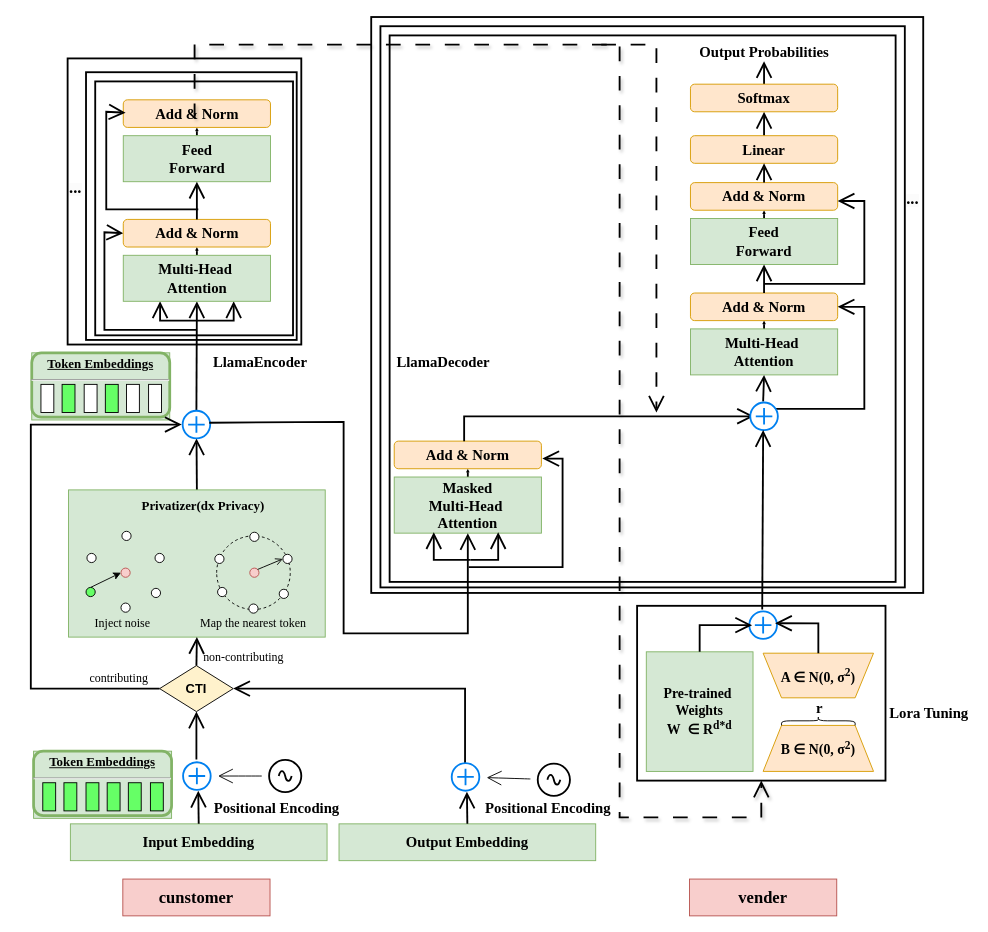
Above: page "CasualLM" (1 of 2) of diagrams/Federated_SAP_Diagram.drawio in dtera/cnt (draw.io), before the change. Source tidied: cells renumbered, new cells numbered last; positions are measured from the earlier drawing's top-left corner, leaving out a move shared by most shapes. Both pictures are drawn from the tidied source at 92%, with x=0, y=0 at pixel (30, 17).
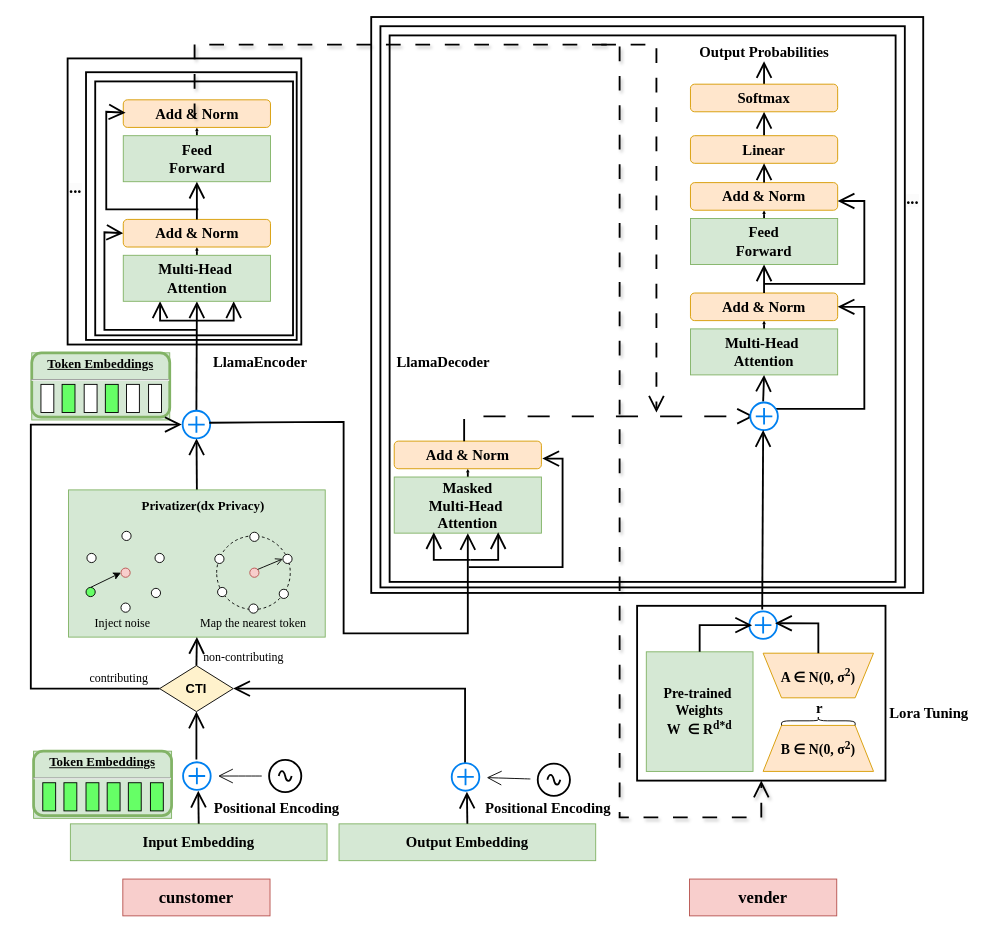
The same page after the edit.

The change refers to these unchanged cells:
```xml
<mxCell id="2" style="group;" parent="1" vertex="1">
  <mxGeometry width="1024" height="977" as="geometry" />
</mxCell>
<mxCell id="119" style="html=1;verticalLabelPosition=bottom;align=center;labelBackgroundColor=#ffffff;verticalAlign=top;strokeWidth=2;strokeColor=#0080F0;shadow=0;dashed=0;shape=mxgraph.ios7.icons.add;fontFamily=Architects Daughter;" parent="2" vertex="1">
  <mxGeometry x="782" y="419" width="30" height="30" as="geometry" />
</mxCell>
```

Diff of the diagram source:
```diff
@@
-    <mxCell id="107" style="edgeStyle=orthogonalEdgeStyle;rounded=0;jettySize=auto;html=1;fontFamily=Architects Daughter;fontSize=16;startSize=14;endArrow=open;endSize=14;sourcePerimeterSpacing=8;targetPerimeterSpacing=8;strokeWidth=2;flowAnimation=1;entryX=0.133;entryY=0.5;entryDx=0;entryDy=0;entryPerimeter=0;" parent="2" edge="1" target="119">
+    <mxCell id="107" style="edgeStyle=orthogonalEdgeStyle;rounded=0;jettySize=auto;html=1;fontFamily=Architects Daughter;fontSize=16;startSize=14;endArrow=open;endSize=14;sourcePerimeterSpacing=8;targetPerimeterSpacing=8;strokeWidth=2;flowAnimation=1;entryX=0.133;entryY=0.5;entryDx=0;entryDy=0;entryPerimeter=0;dashed=1;dashPattern=12 12;" parent="2" edge="1" target="119">
       <mxGeometry relative="1" as="geometry">
         <mxPoint x="470" y="460" as="sourcePoint" />
         <Array as="points">
           <mxPoint x="471" y="460" />
           <mxPoint x="471" y="434" />
         </Array>
       </mxGeometry>
     </mxCell>
```
